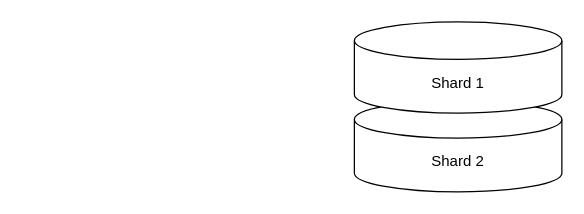
MorKaragh/drawings keeps this draw.io diagram as blackfriday.drawio. Above is the earlier version. Source tidied: cells renumbered, new cells numbered last; positions are measured from the earlier drawing's top-left corner, leaving out a move shared by most shapes. Both pictures are drawn from the tidied source at 125%, with x=0, y=0 at pixel (354, 21).
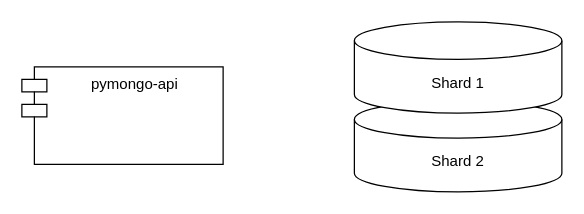
Above is the later version.

What changed in the source:
```diff
@@
 <mxGraphModel>
   <root>
     <mxCell id="0" />
     <mxCell id="1" parent="0" />
     <mxCell id="2" value="Shard 2" style="shape=cylinder3;whiteSpace=wrap;html=1;boundedLbl=1;backgroundOutline=1;size=15;" parent="1" vertex="1">
       <mxGeometry y="63" width="166" height="73" as="geometry" />
     </mxCell>
     <mxCell id="3" value="Shard 1" style="shape=cylinder3;whiteSpace=wrap;html=1;boundedLbl=1;backgroundOutline=1;size=15;" parent="1" vertex="1">
       <mxGeometry width="166" height="73" as="geometry" />
     </mxCell>
+    <mxCell id="4" value="pymongo-api" style="shape=module;align=left;spacingLeft=20;align=center;verticalAlign=top;whiteSpace=wrap;html=1;" parent="1" vertex="1">
+      <mxGeometry x="-266" y="36" width="161" height="78" as="geometry" />
+    </mxCell>
   </root>
 </mxGraphModel>
```
